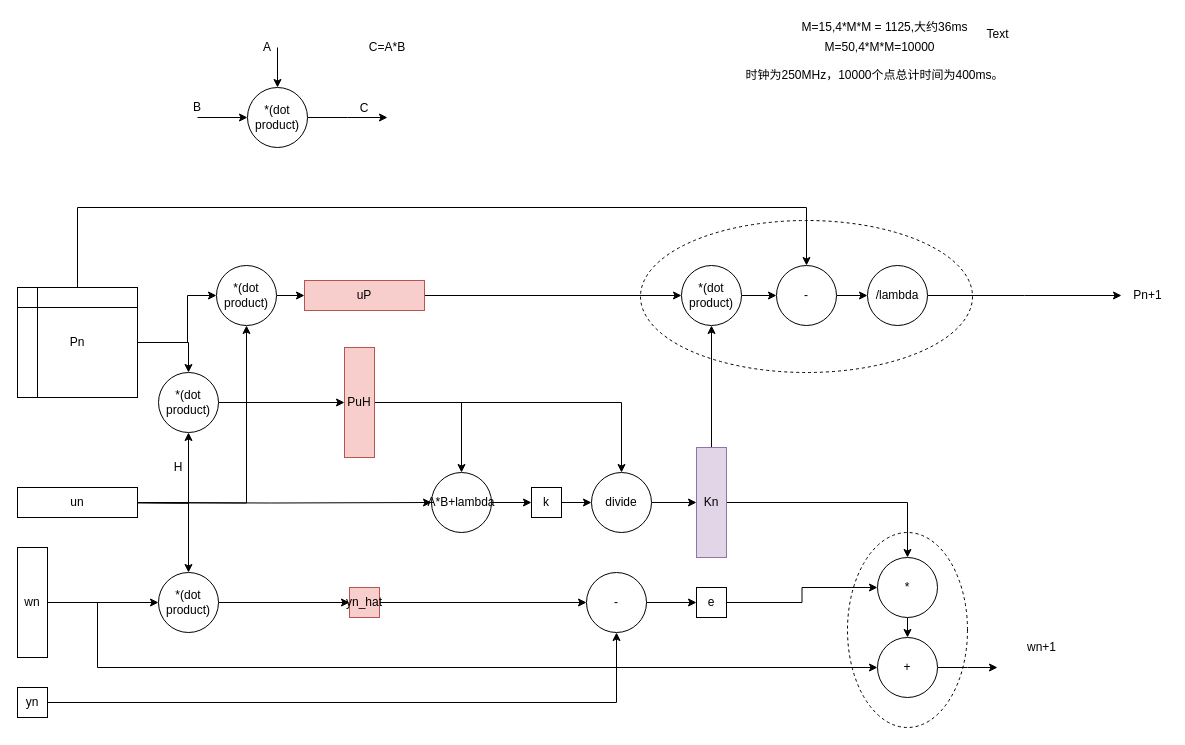
The draw.io diagram rls_n.drawio in Momenttt/hellogithub, before the edit. Source tidied: cells renumbered, new cells numbered last; positions are measured from the earlier drawing's top-left corner, leaving out a move shared by most shapes. Both pictures are drawn from the tidied source at 100%, with x=0, y=0 at pixel (17, 17).
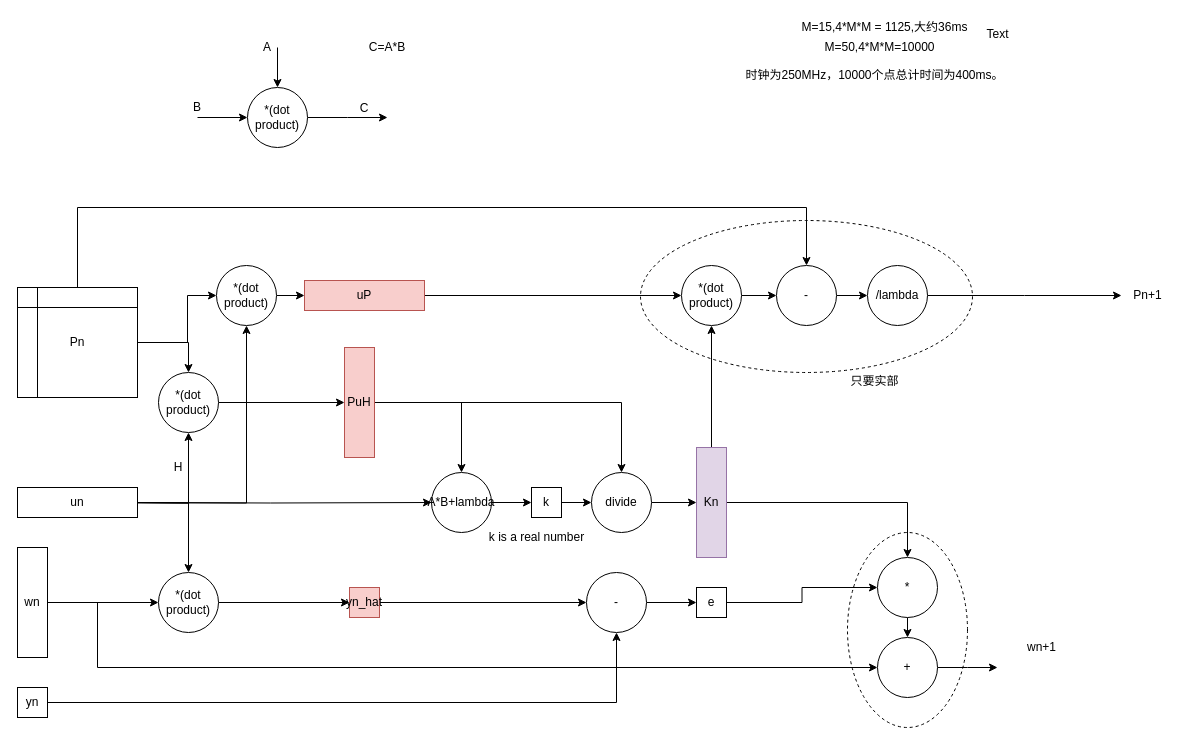
The same diagram, later.

Diff of the diagram source:
```diff
@@
+    <mxCell id="69" value="k is a real number" style="text;html=1;align=center;verticalAlign=middle;" parent="1" vertex="1">
+      <mxGeometry x="464" y="510" width="110" height="20" as="geometry" />
+    </mxCell>
+    <mxCell id="70" value="只要实部" style="text;html=1;align=center;verticalAlign=middle;" parent="1" vertex="1">
+      <mxGeometry x="827" y="354" width="60" height="20" as="geometry" />
+    </mxCell>
```
